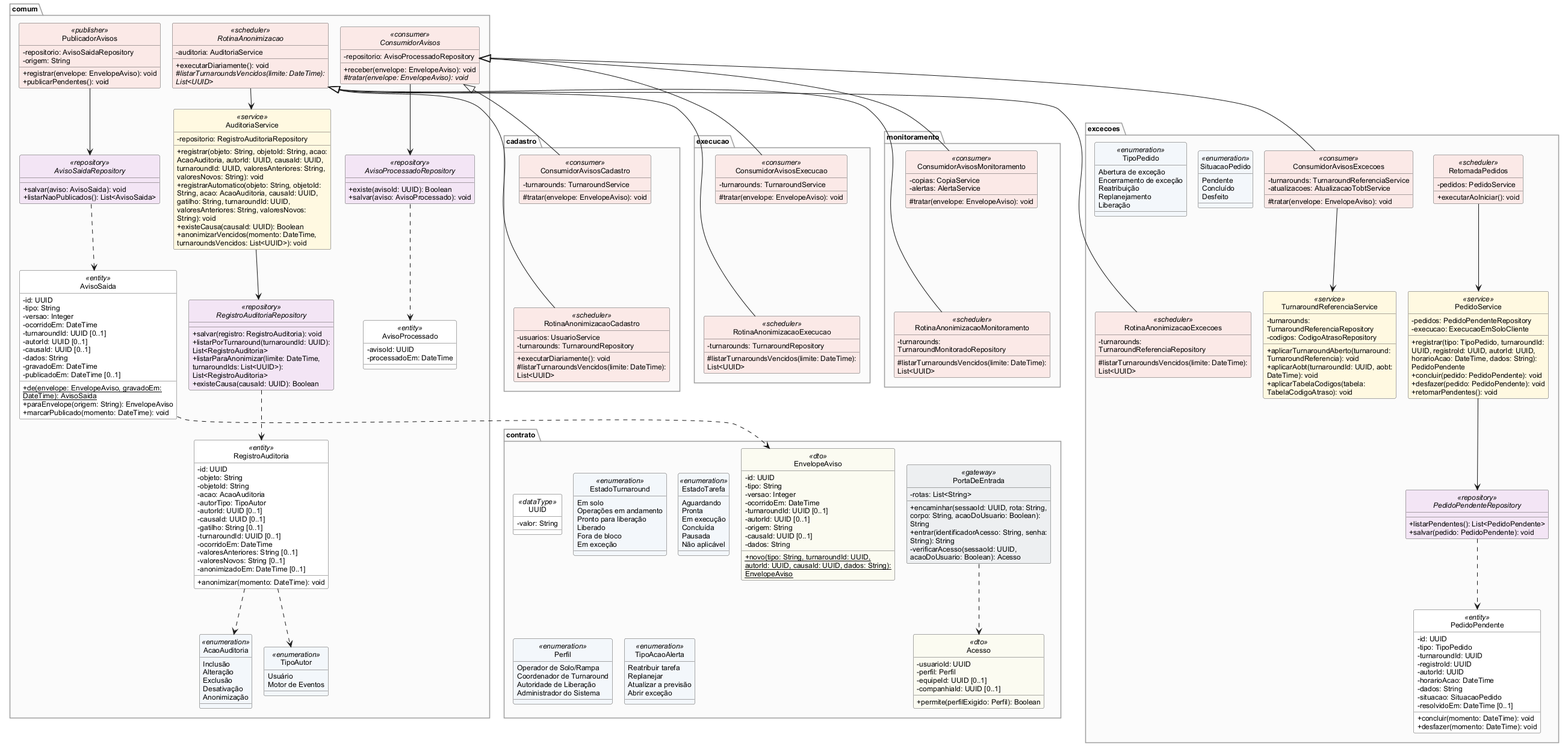
This is especificacao/diagramas/13-classes-contrato.png from Aircraft-Turnaround-Operations-Manager/aircraft-turnaround-docs, a PlantUML export, as it was before one commit.
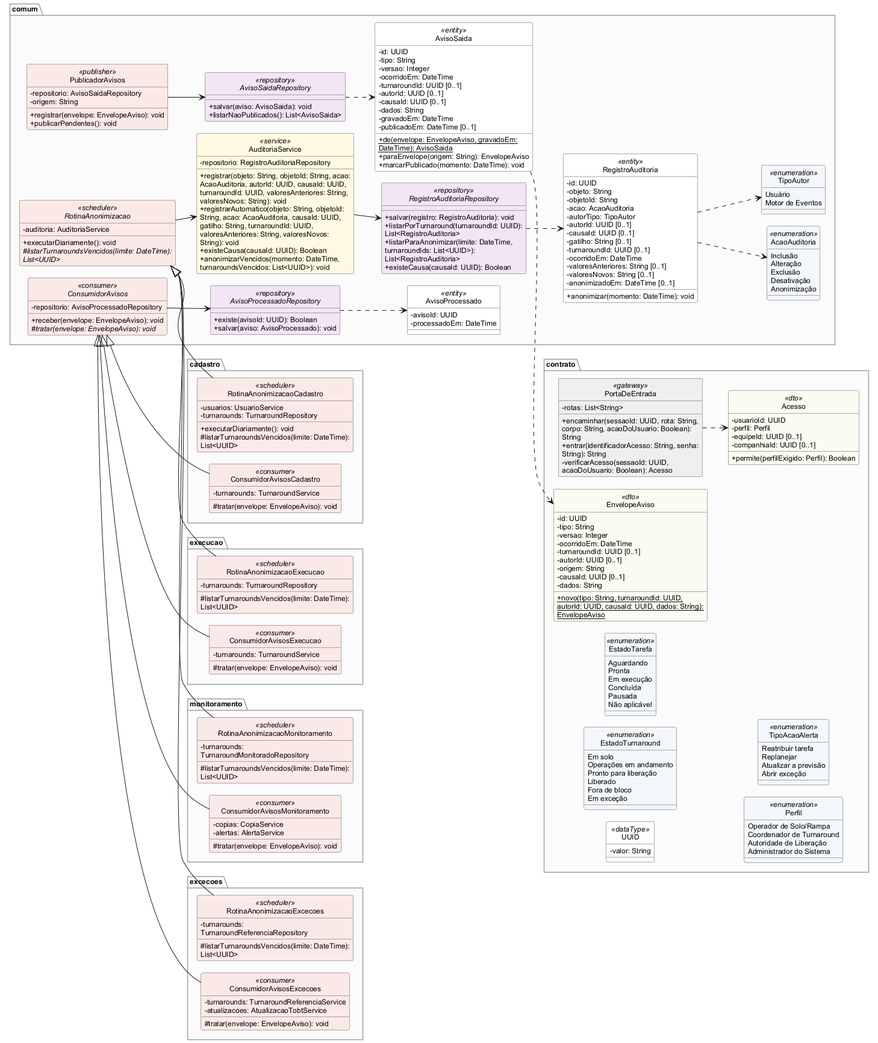
The same diagram one commit later.

Commit message:
fix(item-13): vista do contrato em pé e vista própria dos pedidos pendentes

Diff of the diagram source:
```diff
@@ -1,9 +1,6 @@
 @startuml
 !include 13-classes-estilo.iuml
-cadastro.ConsumidorAvisosCadastro -[hidden]down- cadastro.RotinaAnonimizacaoCadastro
-execucao.ConsumidorAvisosExecucao -[hidden]down- execucao.RotinaAnonimizacaoExecucao
-monitoramento.ConsumidorAvisosMonitoramento -[hidden]down- monitoramento.RotinaAnonimizacaoMonitoramento
-excecoes.ConsumidorAvisosExcecoes -[hidden]down- excecoes.RotinaAnonimizacaoExcecoes
+left to right direction
 restore cadastro
 restore comum
 restore contrato
@@ -38,11 +35,4 @@
 restore execucao.RotinaAnonimizacaoExecucao
 restore monitoramento.RotinaAnonimizacaoMonitoramento
 restore excecoes.RotinaAnonimizacaoExcecoes
-restore excecoes.TurnaroundReferenciaService
-restore excecoes.PedidoService
-restore excecoes.PedidoPendente
-restore excecoes.PedidoPendenteRepository
-restore excecoes.RetomadaPedidos
-restore excecoes.TipoPedido
-restore excecoes.SituacaoPedido
 @enduml
```
